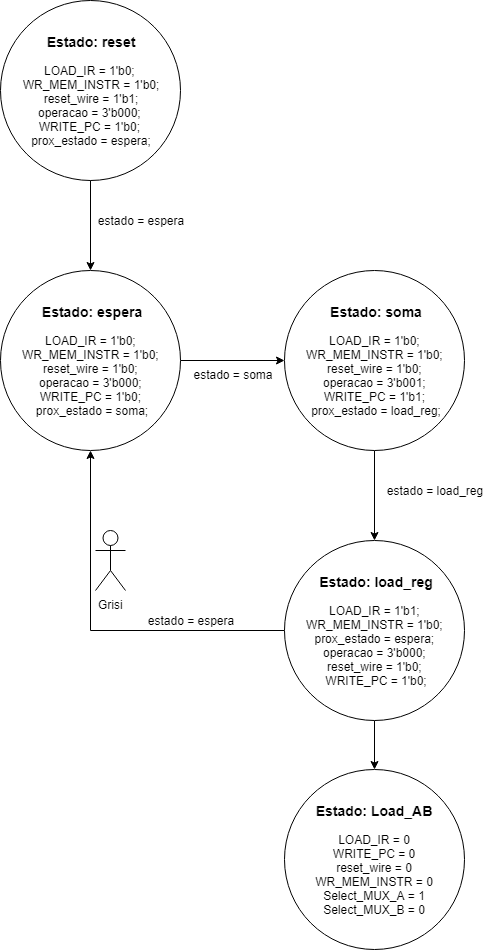
lucasgrisiq/procRISCV keeps this draw.io diagram as imageMaps/Maquina_de_estados.png. Above is the earlier version. Source tidied: cells renumbered, new cells last; positions are measured from the earlier drawing's top-left corner, leaving out a move shared by most shapes.
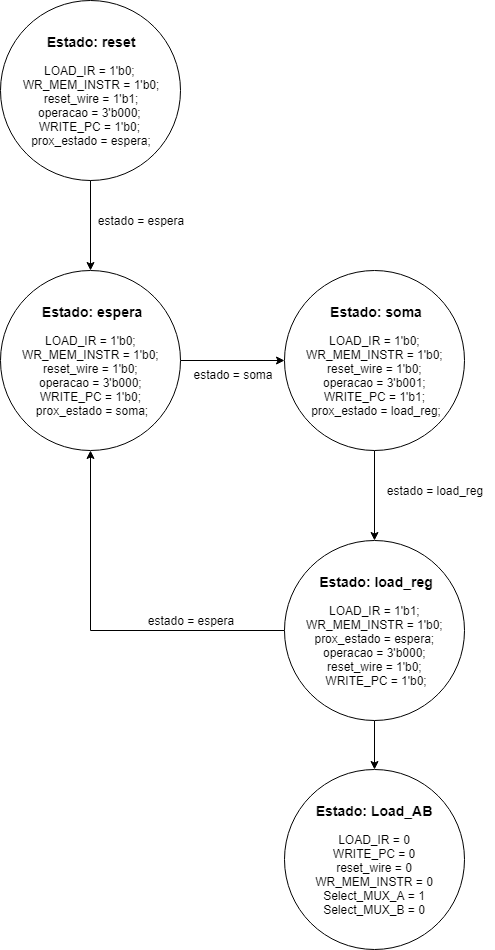
Above is the later version.

The edit, as a diff of the source:
```diff
@@ -47,8 +47,5 @@
     <mxCell id="16" value="&lt;b&gt;&lt;font style=&quot;font-size: 14px&quot;&gt;Estado: Load_AB&lt;/font&gt;&lt;/b&gt;&lt;br&gt;&lt;br&gt;LOAD_IR = 0&lt;br&gt;WRITE_PC = 0&lt;br&gt;reset_wire = 0&lt;br&gt;WR_MEM_INSTR = 0&lt;br&gt;Select_MUX_A = 1&lt;br&gt;Select_MUX_B = 0" style="ellipse;whiteSpace=wrap;html=1;" parent="1" vertex="1">
       <mxGeometry x="284" y="769" width="180" height="180" as="geometry" />
     </mxCell>
-    <mxCell id="17" value="Grisi" style="shape=umlActor;verticalLabelPosition=bottom;labelBackgroundColor=#ffffff;verticalAlign=top;html=1;" parent="1" vertex="1">
-      <mxGeometry x="95" y="530" width="30" height="60" as="geometry" />
-    </mxCell>
   </root>
 </mxGraphModel>
```
